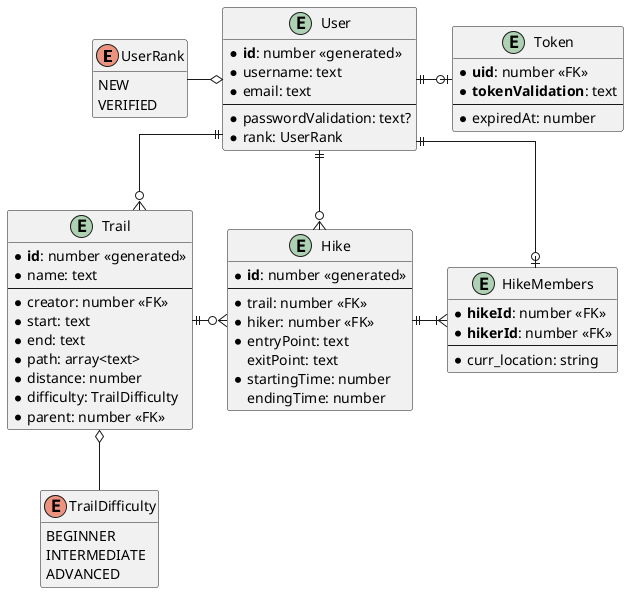
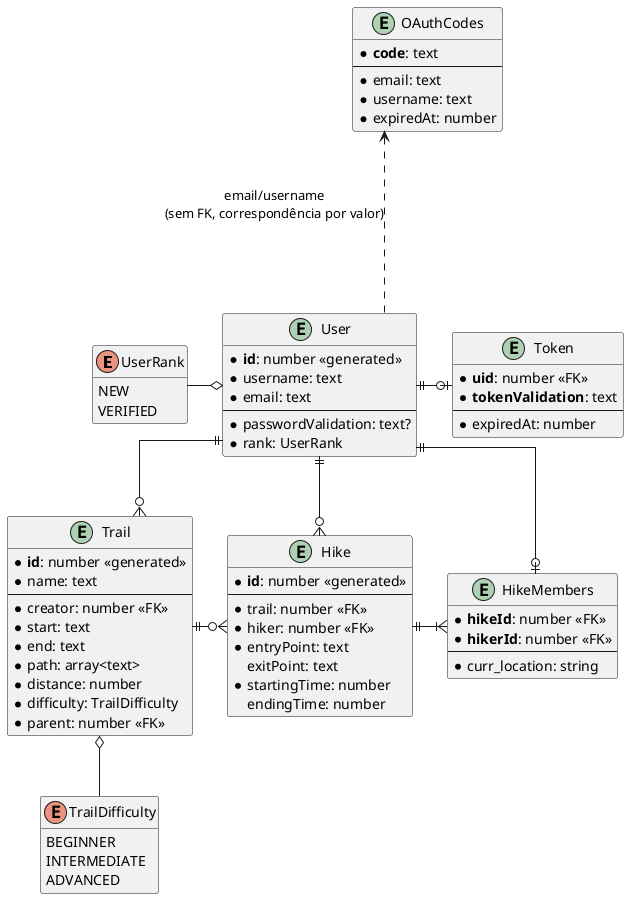
@startuml
'https://plantuml.com/class-diagram

hide empty members
skinparam linetype ortho

enum UserRank {
    NEW
    VERIFIED
}

enum TrailDifficulty {
    BEGINNER
    INTERMEDIATE
    ADVANCED
}

entity User {
    * **id**: number <<generated>>
    * username: text
    * email: text
    --
    * passwordValidation: text?
    * rank: UserRank
}

entity Token {
    * **uid**: number <<FK>>
    * **tokenValidation**: text
    --
    * expiredAt: number
}

entity Trail {
    * **id**: number <<generated>>
    * name: text
    --
    * creator: number <<FK>>
    * start: text
    * end: text
    * path: array<text>
    * distance: number
    * difficulty: TrailDifficulty
    * parent: number <<FK>>
}

entity Hike {
    * **id**: number <<generated>>
    --
    * trail: number <<FK>>
    * hiker: number <<FK>>
    * entryPoint: text
    exitPoint: text
    * startingTime: number
    endingTime: number
}

entity HikeMembers {
    * **hikeId**: number <<FK>>
    * **hikerId**: number <<FK>>
    --
    * curr_location: string
}

+ entity OAuthCodes {
+     * **code**: text
+     --
+     * email: text
+     * username: text
+     * expiredAt: number
+ }
+ 
User o-left- UserRank
Trail o-- TrailDifficulty

User ||-o| Token
+ Token -[hidden]right- OAuthCodes
+ User ..up..> OAuthCodes : email/username\n(sem FK, correspondência por valor)
+ 
User ||-down-o{ Trail
User ||--o{ Hike
Trail ||-o{ Hike
Hike ||-right-|{ HikeMembers
User ||-o| HikeMembers
@enduml